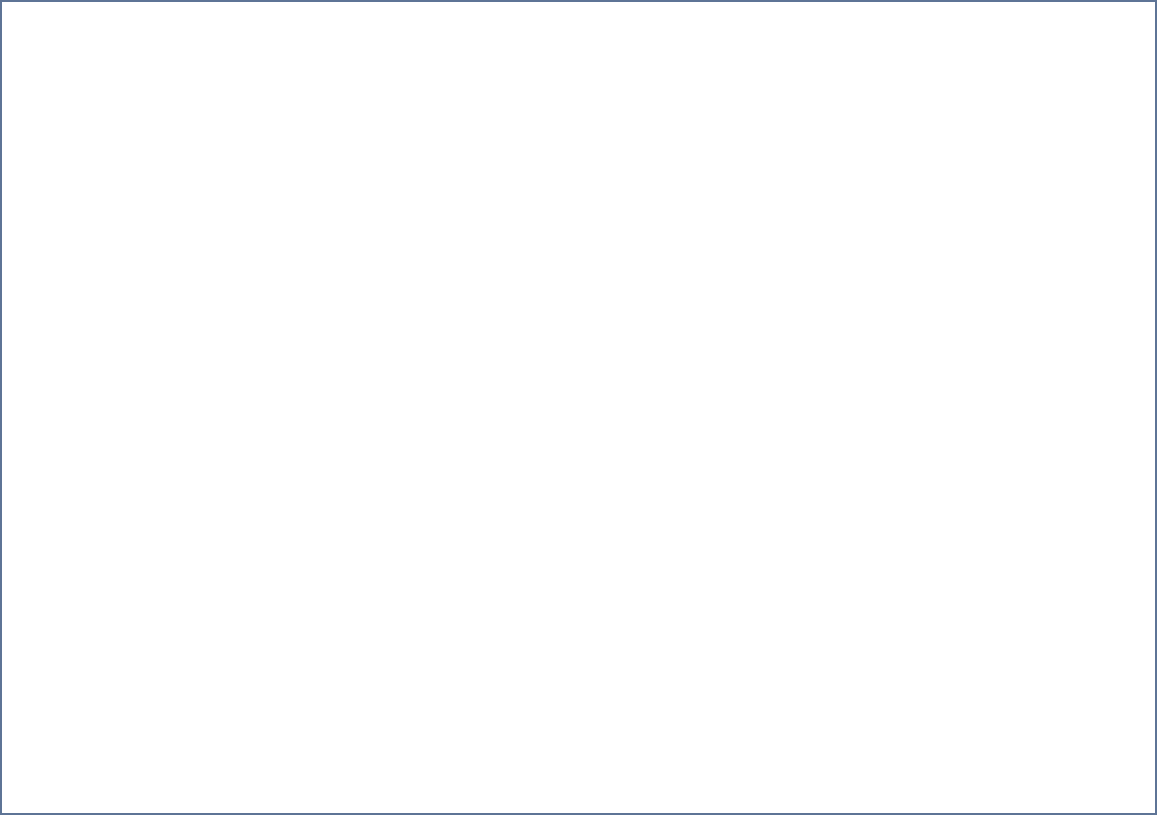
Earlier version of the draw.io export 高教所流程图.drawio.png (caobw046/B2C_shop). Source tidied: cells renumbered, new cells last; positions are measured from the earlier drawing's top-left corner, leaving out a move shared by most shapes. Source of this version:
```xml
<mxGraphModel math="1">
  <root>
    <mxCell id="0" />
    <mxCell id="1" parent="0" />
    <mxCell id="2" style="rounded=0;whiteSpace=wrap;html=1;strokeColor=light-dark(#5E7496,#EDEDED);fillColor=none;strokeWidth=2;" parent="1" vertex="1">
      <mxGeometry width="1155" height="813" as="geometry" />
    </mxCell>
  </root>
</mxGraphModel>
```
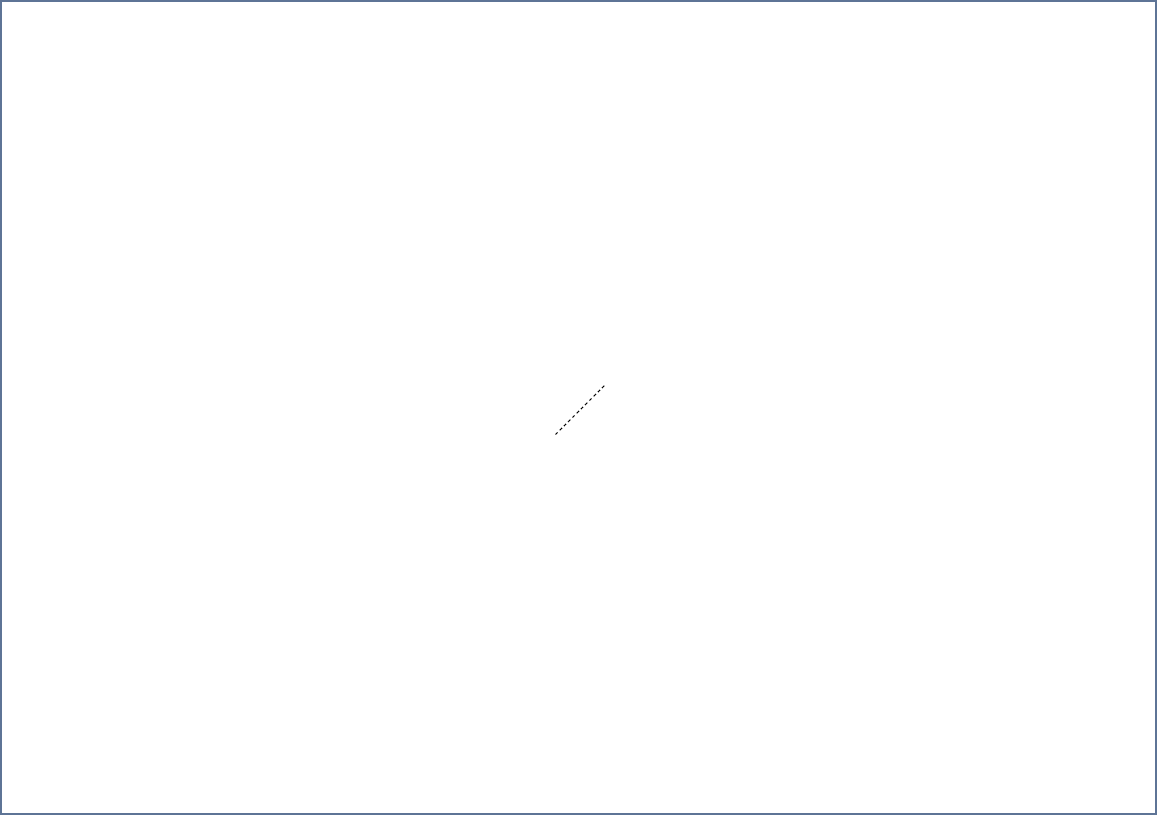
Above is the later version.

Commit message:
更新高教所流程图.drawio.png

The edit, as a diff of the source:
```diff
@@ -5,5 +5,11 @@
     <mxCell id="2" style="rounded=0;whiteSpace=wrap;html=1;strokeColor=light-dark(#5E7496,#EDEDED);fillColor=none;strokeWidth=2;" parent="1" vertex="1">
       <mxGeometry width="1155" height="813" as="geometry" />
     </mxCell>
+    <mxCell id="3" style="endArrow=none;dashed=1;html=1;rounded=0;" parent="1" edge="1">
+      <mxGeometry relative="1" as="geometry">
+        <mxPoint x="554" y="433" as="sourcePoint" />
+        <mxPoint x="604" y="383" as="targetPoint" />
+      </mxGeometry>
+    </mxCell>
   </root>
 </mxGraphModel>
```
